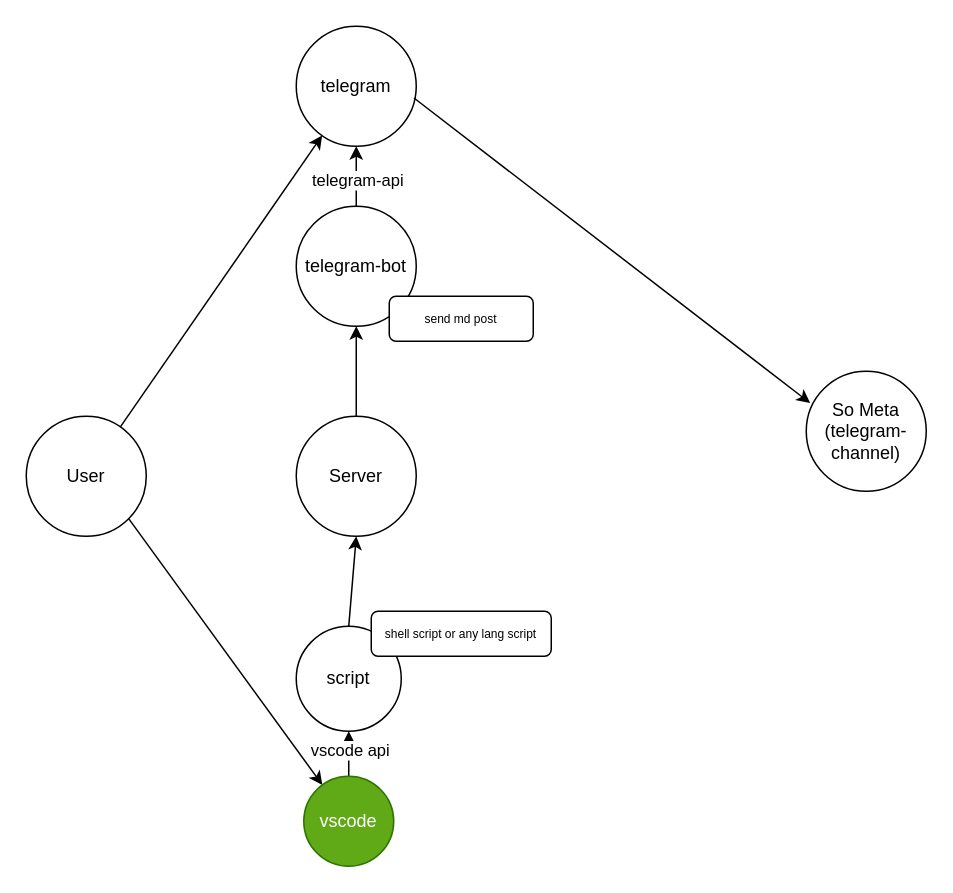
Before: telegram-posting.drawio in m0rtyn/vscode-to-telegram-resender, a draw.io diagram. Source tidied: cells renumbered, new cells numbered last; positions are measured from the earlier drawing's top-left corner, leaving out a move shared by most shapes. Both pictures are drawn from the tidied source at 150%, with x=0, y=0 at pixel (26, 26).
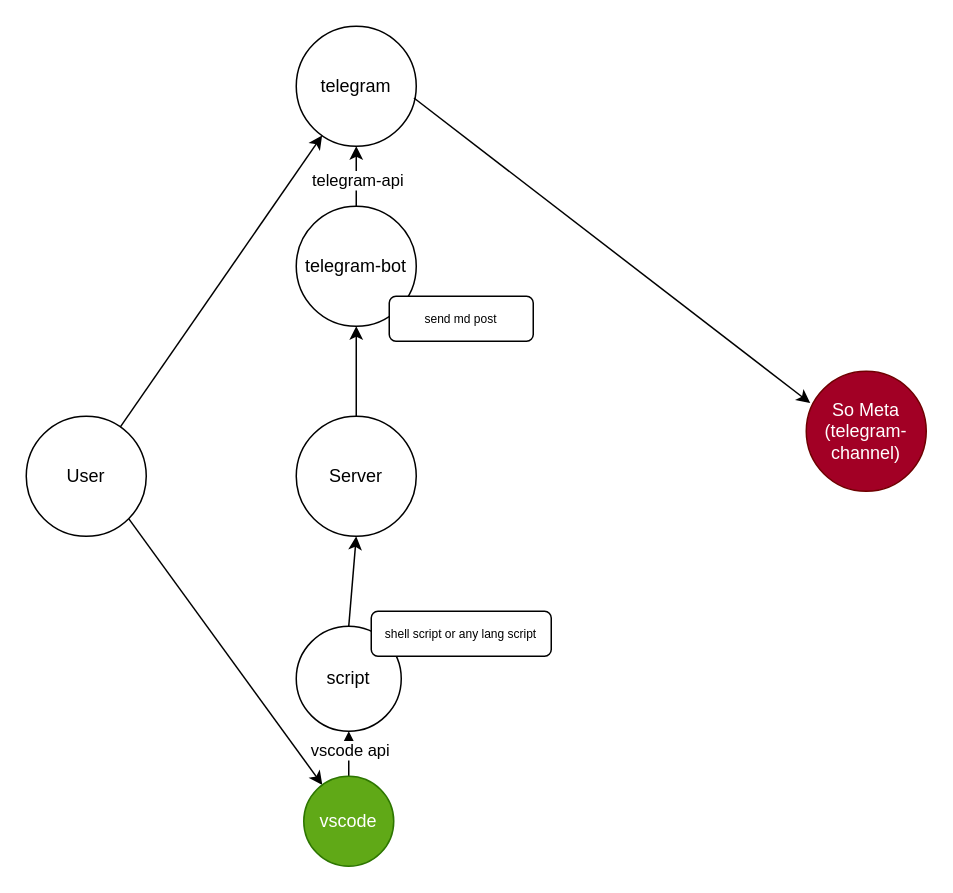
The same diagram, later.

What changed in the source:
```diff
@@
 <mxGraphModel>
   <root>
     <mxCell id="0" />
     <mxCell id="1" parent="0" />
     <mxCell id="2" style="edgeStyle=none;html=1;exitX=1;exitY=1;exitDx=0;exitDy=0;" parent="1" edge="1" source="4" target="8">
       <mxGeometry relative="1" as="geometry" />
     </mxCell>
     <mxCell id="3" style="edgeStyle=none;html=1;" parent="1" edge="1" source="4" target="5">
       <mxGeometry relative="1" as="geometry" />
     </mxCell>
     <mxCell id="4" value="User" style="ellipse;whiteSpace=wrap;html=1;" parent="1" vertex="1">
       <mxGeometry y="260" width="80" height="80" as="geometry" />
     </mxCell>
     <mxCell id="5" value="telegram" style="ellipse;whiteSpace=wrap;html=1;" parent="1" vertex="1">
       <mxGeometry x="180" width="80" height="80" as="geometry" />
     </mxCell>
     <mxCell id="6" style="edgeStyle=none;html=1;" parent="1" edge="1" source="8" target="15">
       <mxGeometry relative="1" as="geometry" />
     </mxCell>
     <mxCell id="7" value="vscode api&lt;br&gt;" style="edgeLabel;html=1;align=center;verticalAlign=middle;" parent="6" vertex="1">
       <mxGeometry x="0.21" relative="1" as="geometry" />
     </mxCell>
     <mxCell id="8" value="vscode" style="ellipse;whiteSpace=wrap;html=1;fillColor=#60a917;strokeColor=#2D7600;fontColor=#ffffff;" parent="1" vertex="1">
       <mxGeometry x="185" y="500" width="60" height="60" as="geometry" />
     </mxCell>
     <mxCell id="9" style="edgeStyle=none;html=1;" parent="1" edge="1" source="11" target="5">
       <mxGeometry relative="1" as="geometry" />
     </mxCell>
     <mxCell id="10" value="telegram-api" style="edgeLabel;html=1;align=center;verticalAlign=middle;" parent="9" vertex="1">
       <mxGeometry x="-0.08" relative="1" as="geometry" />
     </mxCell>
     <mxCell id="11" value="telegram-bot" style="ellipse;whiteSpace=wrap;html=1;" parent="1" vertex="1">
       <mxGeometry x="180" y="120" width="80" height="80" as="geometry" />
     </mxCell>
-    <mxCell id="12" value="So Meta&lt;br&gt;(telegram-channel)" style="ellipse;whiteSpace=wrap;html=1;" parent="1" vertex="1">
+    <mxCell id="12" value="So Meta&lt;br&gt;(telegram-channel)" style="ellipse;whiteSpace=wrap;html=1;fillColor=#a20025;strokeColor=#6F0000;fontColor=#ffffff;" parent="1" vertex="1">
       <mxGeometry x="520" y="230" width="80" height="80" as="geometry" />
     </mxCell>
     <mxCell id="13" style="endArrow=classic;html=1;exitX=0.981;exitY=0.598;exitDx=0;exitDy=0;exitPerimeter=0;entryX=0.033;entryY=0.265;entryDx=0;entryDy=0;entryPerimeter=0;" parent="1" edge="1" source="5" target="12">
       <mxGeometry relative="1" as="geometry" />
     </mxCell>
     <mxCell id="14" style="edgeStyle=none;html=1;exitX=0.5;exitY=0;exitDx=0;exitDy=0;entryX=0.5;entryY=1;entryDx=0;entryDy=0;" parent="1" edge="1" source="15" target="19">
       <mxGeometry relative="1" as="geometry" />
     </mxCell>
     <mxCell id="15" value="script" style="ellipse;whiteSpace=wrap;html=1;" parent="1" vertex="1">
       <mxGeometry x="180" y="400" width="70" height="70" as="geometry" />
     </mxCell>
     <mxCell id="16" value="&lt;font style=&quot;font-size: 8px&quot;&gt;shell script or any lang script&lt;/font&gt;" style="rounded=1;whiteSpace=wrap;html=1;verticalAlign=top;horizontal=1;" parent="1" vertex="1">
       <mxGeometry x="230" y="390" width="120" height="30" as="geometry" />
     </mxCell>
     <mxCell id="17" value="&lt;font style=&quot;font-size: 8px&quot;&gt;send md post&lt;/font&gt;" style="rounded=1;whiteSpace=wrap;html=1;verticalAlign=top;horizontal=1;" parent="1" vertex="1">
       <mxGeometry x="242" y="180" width="96" height="30" as="geometry" />
     </mxCell>
     <mxCell id="18" style="edgeStyle=none;html=1;exitX=0.5;exitY=0;exitDx=0;exitDy=0;" parent="1" edge="1" source="19" target="11">
       <mxGeometry relative="1" as="geometry" />
     </mxCell>
     <mxCell id="19" value="Server" style="ellipse;whiteSpace=wrap;html=1;" parent="1" vertex="1">
       <mxGeometry x="180" y="260" width="80" height="80" as="geometry" />
     </mxCell>
   </root>
 </mxGraphModel>
```
